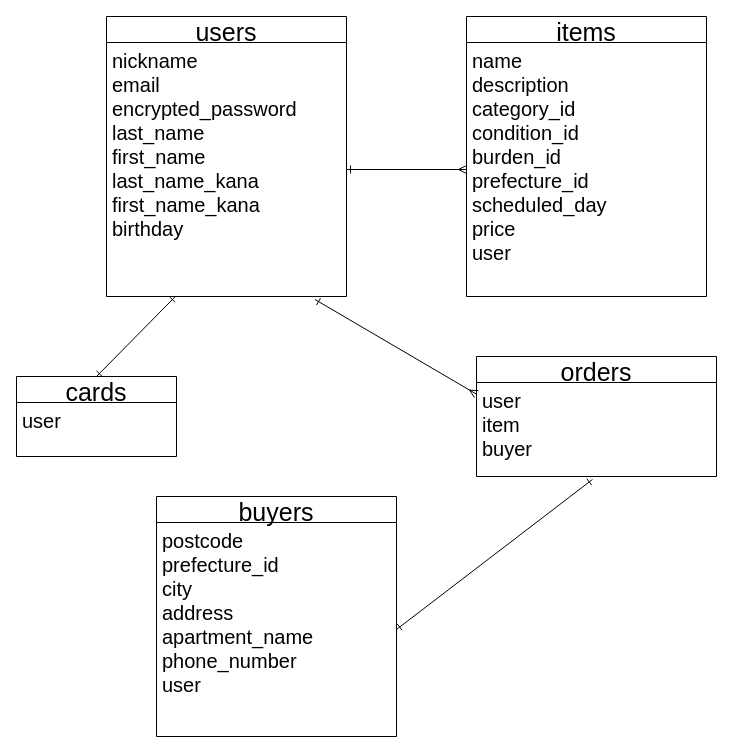
This is test.dio from yuyare97/furima-37355, a draw.io file, before an edit. Source tidied: cells renumbered, new cells numbered last; positions are measured from the earlier drawing's top-left corner, leaving out a move shared by most shapes. Both pictures are drawn from the tidied source at 100%, with x=0, y=0 at pixel (16, 16).
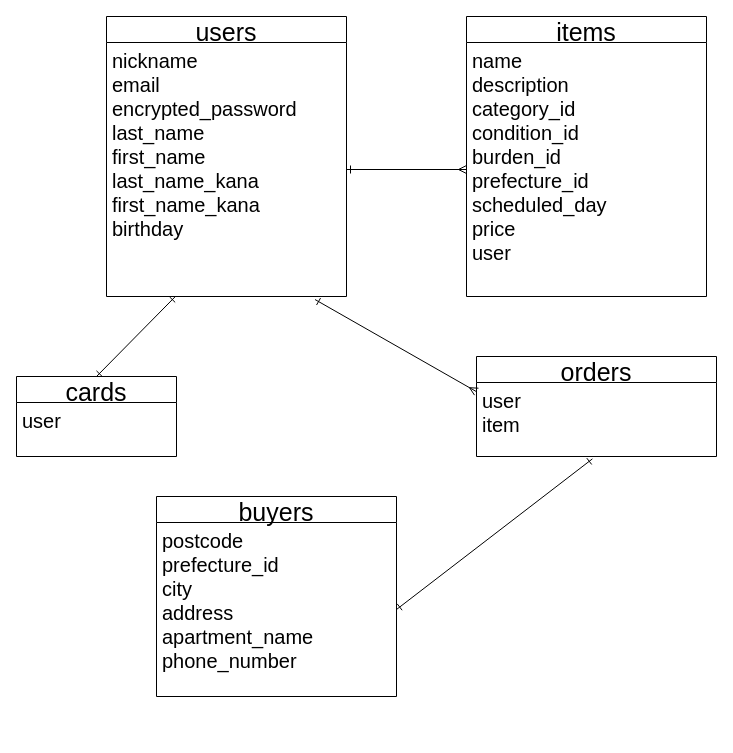
Above is the later version.

Diff of the diagram source:
```diff
@@
 <mxGraphModel>
   <root>
     <mxCell id="0" />
     <mxCell id="1" parent="0" />
     <mxCell id="2" value="users" style="swimlane;fontStyle=0;horizontal=1;startSize=26;align=center;fontSize=25;" parent="1" vertex="1">
       <mxGeometry x="90" width="240" height="280" as="geometry" />
     </mxCell>
     <mxCell id="3" value="nickname&#10;email&#10;encrypted_password&#10;last_name&#10;first_name&#10;last_name_kana&#10;first_name_kana&#10;birthday" style="text;strokeColor=none;fillColor=none;spacingLeft=4;spacingRight=4;overflow=hidden;points=[[0,0.5],[1,0.5]];portConstraint=eastwest;fontSize=20;align=left;" parent="2" vertex="1">
       <mxGeometry y="26" width="240" height="254" as="geometry" />
     </mxCell>
     <mxCell id="4" value="items" style="swimlane;fontStyle=0;horizontal=1;startSize=26;align=center;fontSize=25;" parent="1" vertex="1">
       <mxGeometry x="450" width="240" height="280" as="geometry" />
     </mxCell>
     <mxCell id="5" value="name&#10;description&#10;category_id&#10;condition_id&#10;burden_id&#10;prefecture_id&#10;scheduled_day&#10;price&#10;user&#10;" style="text;strokeColor=none;fillColor=none;spacingLeft=4;spacingRight=4;overflow=hidden;points=[[0,0.5],[1,0.5]];portConstraint=eastwest;fontSize=20;" parent="4" vertex="1">
       <mxGeometry y="26" width="240" height="254" as="geometry" />
     </mxCell>
     <mxCell id="6" style="edgeStyle=none;html=1;exitX=1;exitY=0.5;exitDx=0;exitDy=0;entryX=0;entryY=0.5;entryDx=0;entryDy=0;fontSize=20;endArrow=ERmany;endFill=0;startArrow=ERone;startFill=0;" parent="1" edge="1" source="3" target="5">
       <mxGeometry relative="1" as="geometry" />
     </mxCell>
     <mxCell id="7" value="buyers" style="swimlane;fontStyle=0;horizontal=1;startSize=26;align=center;fontSize=25;" parent="1" vertex="1">
-      <mxGeometry x="140" y="480" width="240" height="240" as="geometry" />
+      <mxGeometry x="140" y="480" width="240" height="200" as="geometry" />
     </mxCell>
-    <mxCell id="8" value="postcode&#10;prefecture_id&#10;city&#10;address&#10;apartment_name&#10;phone_number&#10;user" style="text;strokeColor=none;fillColor=none;spacingLeft=4;spacingRight=4;overflow=hidden;points=[[0,0.5],[1,0.5]];portConstraint=eastwest;fontSize=20;" parent="7" vertex="1">
-      <mxGeometry y="26" width="240" height="214" as="geometry" />
+    <mxCell id="8" value="postcode&#10;prefecture_id&#10;city&#10;address&#10;apartment_name&#10;phone_number" style="text;strokeColor=none;fillColor=none;spacingLeft=4;spacingRight=4;overflow=hidden;points=[[0,0.5],[1,0.5]];portConstraint=eastwest;fontSize=20;" parent="7" vertex="1">
+      <mxGeometry y="26" width="240" height="174" as="geometry" />
     </mxCell>
     <mxCell id="9" style="edgeStyle=none;html=1;exitX=0.5;exitY=0;exitDx=0;exitDy=0;fontSize=20;startArrow=ERone;startFill=0;endArrow=ERone;endFill=0;entryX=0.286;entryY=1.001;entryDx=0;entryDy=0;entryPerimeter=0;" parent="1" edge="1" source="10" target="3">
       <mxGeometry relative="1" as="geometry" />
     </mxCell>
     <mxCell id="10" value="cards" style="swimlane;fontStyle=0;horizontal=1;startSize=26;align=center;fontSize=25;" parent="1" vertex="1">
       <mxGeometry y="360" width="160" height="80" as="geometry" />
     </mxCell>
     <mxCell id="11" value="user" style="text;strokeColor=none;fillColor=none;spacingLeft=4;spacingRight=4;overflow=hidden;fontSize=20;" parent="10" vertex="1">
       <mxGeometry y="26" width="160" height="54" as="geometry" />
     </mxCell>
     <mxCell id="12" value="orders" style="swimlane;fontStyle=0;horizontal=1;startSize=26;align=center;fontSize=25;" parent="1" vertex="1">
-      <mxGeometry x="460" y="340" width="240" height="120" as="geometry" />
+      <mxGeometry x="460" y="340" width="240" height="100" as="geometry" />
     </mxCell>
-    <mxCell id="13" value="user&#10;item&#10;buyer" style="text;strokeColor=none;fillColor=none;spacingLeft=4;spacingRight=4;overflow=hidden;points=[[0,0.5],[1,0.5]];portConstraint=eastwest;fontSize=20;" parent="12" vertex="1">
-      <mxGeometry y="26" width="240" height="94" as="geometry" />
+    <mxCell id="13" value="user&#10;item" style="text;strokeColor=none;fillColor=none;spacingLeft=4;spacingRight=4;overflow=hidden;points=[[0,0.5],[1,0.5]];portConstraint=eastwest;fontSize=20;" parent="12" vertex="1">
+      <mxGeometry y="26" width="240" height="74" as="geometry" />
     </mxCell>
     <mxCell id="14" style="edgeStyle=none;html=1;exitX=0;exitY=0.124;exitDx=0;exitDy=0;entryX=0.869;entryY=1.012;entryDx=0;entryDy=0;entryPerimeter=0;fontSize=20;startArrow=ERmany;startFill=0;endArrow=ERone;endFill=0;exitPerimeter=0;" parent="1" edge="1" source="13" target="3">
       <mxGeometry relative="1" as="geometry" />
     </mxCell>
     <mxCell id="15" style="edgeStyle=none;html=1;exitX=1;exitY=0.5;exitDx=0;exitDy=0;entryX=0.483;entryY=1.032;entryDx=0;entryDy=0;entryPerimeter=0;fontSize=20;startArrow=ERone;startFill=0;endArrow=ERone;endFill=0;" parent="1" edge="1" source="8" target="13">
       <mxGeometry relative="1" as="geometry" />
     </mxCell>
   </root>
 </mxGraphModel>
```
